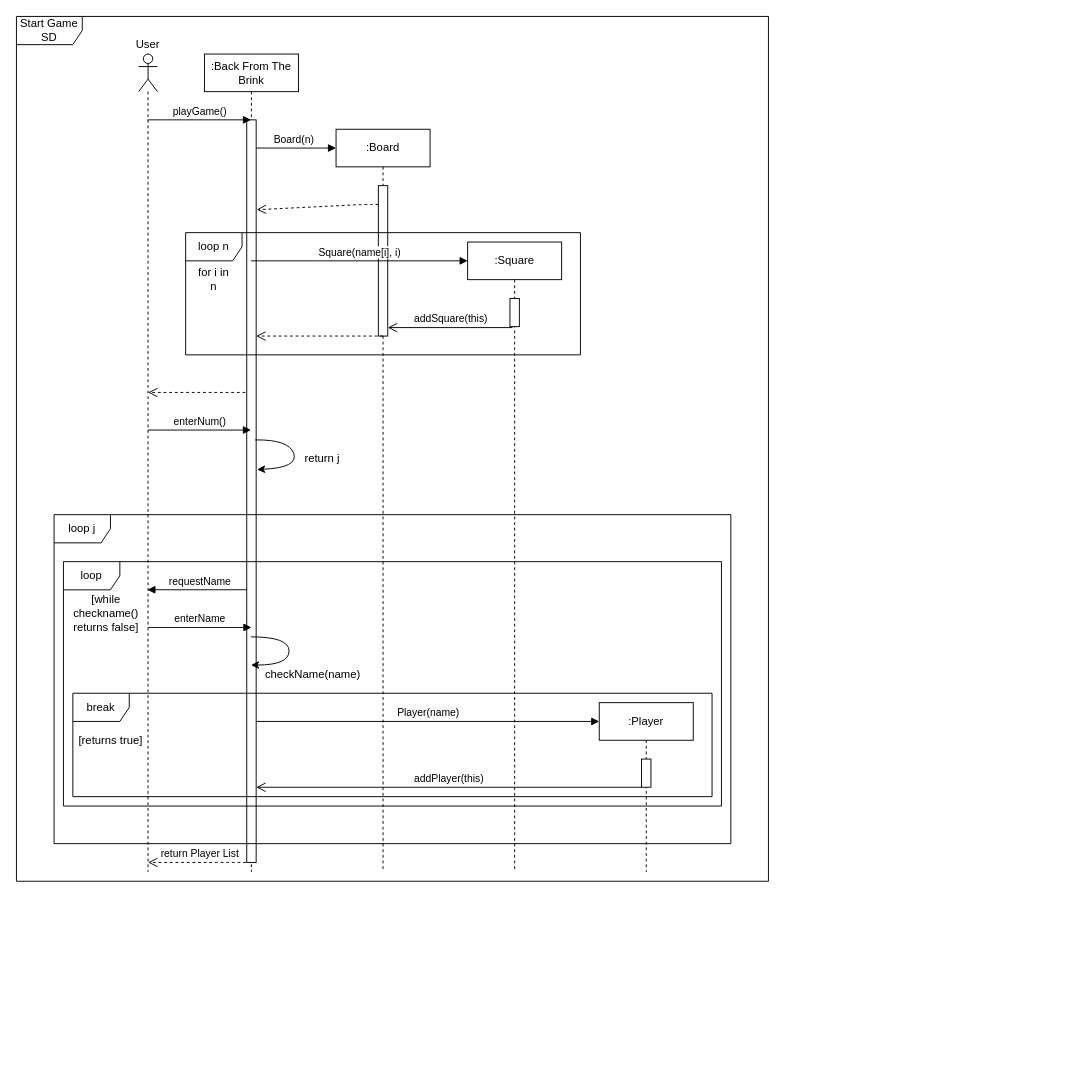
Earlier version of the draw.io diagram Start Game SD (draft).drawio (cmcgarry5/csc2058-2021-g25). Source tidied: cells renumbered, new cells numbered last; positions are measured from the earlier drawing's top-left corner, leaving out a move shared by most shapes. Both pictures are drawn from the tidied source at 94%, with x=0, y=0 at pixel (16, 16).
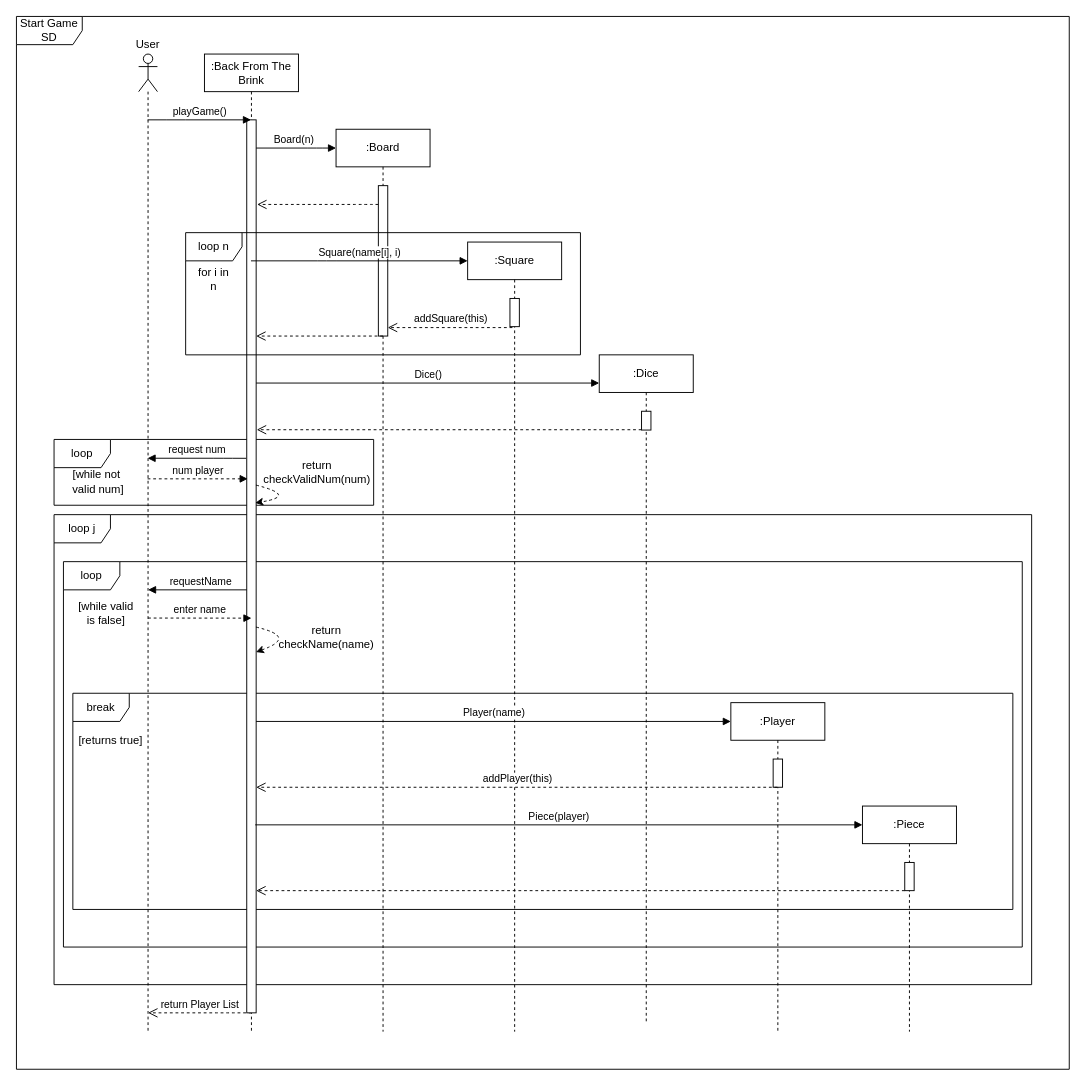
The same page after the edit.

Unchanged cells that the change refers to:
```xml
<mxCell id="12" style="html=1;points=[];perimeter=orthogonalPerimeter;" parent="11" vertex="1">
  <mxGeometry x="45" y="60" width="10" height="160" as="geometry" />
</mxCell>
<mxCell id="18" style="html=1;points=[];perimeter=orthogonalPerimeter;" parent="17" vertex="1">
  <mxGeometry x="45" y="60" width="10" height="30" as="geometry" />
</mxCell>
```

Diff of the diagram source:
```diff
@@
+    <mxCell id="37" value="loop" style="shape=umlFrame;whiteSpace=wrap;html=1;" parent="1" vertex="1">
+      <mxGeometry x="40" y="450" width="340" height="70" as="geometry" />
+    </mxCell>
+    <mxCell id="36" value="Start Game SD" style="shape=umlFrame;whiteSpace=wrap;html=1;width=70;height=30;" parent="1" vertex="1">
+      <mxGeometry width="1120" height="1120" as="geometry" />
+    </mxCell>
+    <mxCell id="34" value="loop" style="shape=umlFrame;whiteSpace=wrap;html=1;" parent="1" vertex="1">
+      <mxGeometry x="50" y="580" width="1020" height="410" as="geometry" />
+    </mxCell>
+    <mxCell id="35" value="loop j" style="shape=umlFrame;whiteSpace=wrap;html=1;" parent="1" vertex="1">
+      <mxGeometry x="40" y="530" width="1040" height="500" as="geometry" />
+    </mxCell>
+    <mxCell id="33" value="break" style="shape=umlFrame;whiteSpace=wrap;html=1;" parent="1" vertex="1">
+      <mxGeometry x="60" y="720" width="1000" height="230" as="geometry" />
+    </mxCell>
@@
-    <mxCell id="3" style="html=1;verticalAlign=bottom;endArrow=open;dashed=1;endSize=8;" parent="1" edge="1" source="8">
-      <mxGeometry relative="1" as="geometry">
-        <mxPoint x="140" y="400" as="targetPoint" />
-      </mxGeometry>
-    </mxCell>
     <mxCell id="4" value="return Player List" style="html=1;verticalAlign=bottom;endArrow=open;dashed=1;endSize=8;" parent="1" edge="1">
       <mxGeometry relative="1" as="geometry">
-        <mxPoint x="250.2" y="900" as="sourcePoint" />
-        <mxPoint x="140" y="900" as="targetPoint" />
+        <mxPoint x="250.2" y="1060" as="sourcePoint" />
+        <mxPoint x="140" y="1060" as="targetPoint" />
         <Array as="points">
-          <mxPoint x="220.7" y="900" />
+          <mxPoint x="220.7" y="1060" />
         </Array>
       </mxGeometry>
     </mxCell>
     <mxCell id="5" value="requestName" style="html=1;verticalAlign=bottom;endArrow=block;exitX=0.5;exitY=0.63;exitDx=0;exitDy=0;exitPerimeter=0;" parent="1" edge="1">
       <mxGeometry relative="1" as="geometry">
-        <mxPoint x="250" y="609.9" as="sourcePoint" />
-        <mxPoint x="139.3" y="609.9" as="targetPoint" />
+        <mxPoint x="250.7" y="610" as="sourcePoint" />
+        <mxPoint x="140" y="610" as="targetPoint" />
       </mxGeometry>
     </mxCell>
-    <mxCell id="6" style="html=1;verticalAlign=bottom;endArrow=open;dashed=1;endSize=8;entryX=1.06;entryY=0.121;entryDx=0;entryDy=0;entryPerimeter=0;" parent="1" edge="1" source="12" target="9">
+    <mxCell id="6" style="html=1;verticalAlign=bottom;endArrow=open;dashed=1;endSize=8;" parent="1" edge="1" source="12">
       <mxGeometry relative="1" as="geometry">
+        <mxPoint x="256" y="200" as="targetPoint" />
         <Array as="points">
           <mxPoint x="370" y="200" />
         </Array>
       </mxGeometry>
     </mxCell>
     <mxCell id="7" style="shape=umlLifeline;participant=umlActor;perimeter=lifelinePerimeter;whiteSpace=wrap;html=1;verticalAlign=top;spacingTop=36;outlineConnect=0;" parent="1" vertex="1">
-      <mxGeometry x="130" y="40" width="20" height="870" as="geometry" />
+      <mxGeometry x="130" y="40" width="20" height="1040" as="geometry" />
     </mxCell>
     <mxCell id="8" value=":Back From The Brink" style="shape=umlLifeline;perimeter=lifelinePerimeter;whiteSpace=wrap;html=1;outlineConnect=0;" parent="1" vertex="1">
-      <mxGeometry x="200" y="40" width="100" height="870" as="geometry" />
+      <mxGeometry x="200" y="40" width="100" height="1040" as="geometry" />
     </mxCell>
     <mxCell id="9" style="html=1;points=[];perimeter=orthogonalPerimeter;" parent="8" vertex="1">
-      <mxGeometry x="45" y="70" width="10" height="790" as="geometry" />
+      <mxGeometry x="45" y="70" width="10" height="950" as="geometry" />
     </mxCell>
-    <mxCell id="10" style="curved=1;endArrow=classic;html=1;exitX=0.9;exitY=0.431;exitDx=0;exitDy=0;exitPerimeter=0;" parent="8" edge="1" source="9">
-      <mxGeometry relative="1" as="geometry">
-        <mxPoint x="56" y="442" as="targetPoint" />
-        <Array as="points">
-          <mxPoint x="90" y="410" />
-          <mxPoint x="100" y="440" />
-        </Array>
-      </mxGeometry>
-    </mxCell>
+    <mxCell id="38" style="curved=1;endArrow=classic;html=1;dashed=1;exitX=0.98;exitY=0.409;exitDx=0;exitDy=0;exitPerimeter=0;entryX=0.9;entryY=0.429;entryDx=0;entryDy=0;entryPerimeter=0;" parent="8" edge="1" source="9" target="9">
+      <mxGeometry relative="1" as="geometry">
+        <Array as="points">
+          <mxPoint x="100" y="470" />
+        </Array>
+      </mxGeometry>
+    </mxCell>
+    <mxCell id="39" style="curved=1;endArrow=classic;html=1;dashed=1;exitX=0.98;exitY=0.568;exitDx=0;exitDy=0;exitPerimeter=0;entryX=0.98;entryY=0.596;entryDx=0;entryDy=0;entryPerimeter=0;" parent="8" edge="1" source="9" target="9">
+      <mxGeometry relative="1" as="geometry">
+        <Array as="points">
+          <mxPoint x="100" y="620" />
+        </Array>
+      </mxGeometry>
+    </mxCell>
     <mxCell id="11" value=":Board" style="shape=umlLifeline;perimeter=lifelinePerimeter;whiteSpace=wrap;html=1;" parent="1" vertex="1">
-      <mxGeometry x="340" y="120" width="100" height="790" as="geometry" />
+      <mxGeometry x="340" y="120" width="100" height="960" as="geometry" />
     </mxCell>
@@
     <mxCell id="17" value=":Square" style="shape=umlLifeline;perimeter=lifelinePerimeter;whiteSpace=wrap;html=1;" parent="1" vertex="1">
-      <mxGeometry x="480" y="240" width="100" height="670" as="geometry" />
+      <mxGeometry x="480" y="240" width="100" height="840" as="geometry" />
     </mxCell>
@@
-    <mxCell id="20" value="addSquare(this)" style="html=1;verticalAlign=bottom;endArrow=open;endSize=8;exitX=0.26;exitY=1.033;exitDx=0;exitDy=0;exitPerimeter=0;" parent="1" edge="1" source="18" target="12">
+    <mxCell id="20" value="addSquare(this)" style="html=1;verticalAlign=bottom;endArrow=open;endSize=8;exitX=0.26;exitY=1.033;exitDx=0;exitDy=0;exitPerimeter=0;dashed=1;" parent="1" edge="1" source="18" target="12">
       <mxGeometry relative="1" as="geometry" />
     </mxCell>
@@
-    <mxCell id="22" value="enterNum()" style="html=1;verticalAlign=bottom;endArrow=block;" parent="1" edge="1" target="8">
-      <mxGeometry relative="1" as="geometry">
-        <mxPoint x="140" y="440" as="sourcePoint" />
-      </mxGeometry>
+    <mxCell id="22" value="num player" style="html=1;verticalAlign=bottom;endArrow=block;entryX=0.1;entryY=0.402;entryDx=0;entryDy=0;entryPerimeter=0;dashed=1;" parent="1" edge="1" source="7" target="9">
+      <mxGeometry relative="1" as="geometry" />
     </mxCell>
-    <mxCell id="23" value="return j" style="text;html=1;align=center;verticalAlign=middle;" parent="1" vertex="1">
-      <mxGeometry x="300" y="460" width="50" height="20" as="geometry" />
-    </mxCell>
-    <mxCell id="24" value="enterName" style="html=1;verticalAlign=bottom;endArrow=block;entryX=0.5;entryY=0.685;entryDx=0;entryDy=0;entryPerimeter=0;" parent="1" edge="1">
+    <mxCell id="24" value="enter name" style="html=1;verticalAlign=bottom;endArrow=block;dashed=1;entryX=0.5;entryY=0.558;entryDx=0;entryDy=0;entryPerimeter=0;" parent="1" edge="1" target="9">
       <mxGeometry relative="1" as="geometry">
-        <mxPoint x="140" y="650" as="sourcePoint" />
-        <mxPoint x="250" y="650" as="targetPoint" />
+        <mxPoint x="140" y="640" as="sourcePoint" />
       </mxGeometry>
     </mxCell>
-    <mxCell id="25" style="curved=1;endArrow=classic;html=1;" parent="1" edge="1">
-      <mxGeometry relative="1" as="geometry">
-        <mxPoint x="249.5" y="660" as="sourcePoint" />
-        <mxPoint x="249.5" y="690" as="targetPoint" />
-        <Array as="points">
-          <mxPoint x="290" y="660" />
-          <mxPoint x="290" y="690" />
-        </Array>
-      </mxGeometry>
-    </mxCell>
-    <mxCell id="26" value="checkName(name)" style="text;html=1;align=center;verticalAlign=middle;" parent="1" vertex="1">
-      <mxGeometry x="255" y="690" width="120" height="20" as="geometry" />
-    </mxCell>
     <mxCell id="27" value="Player(name)" style="html=1;verticalAlign=bottom;endArrow=block;" parent="1" edge="1">
       <mxGeometry relative="1" as="geometry">
         <mxPoint x="255" y="750" as="sourcePoint" />
-        <mxPoint x="620" y="750" as="targetPoint" />
+        <mxPoint x="760" y="750" as="targetPoint" />
       </mxGeometry>
     </mxCell>
     <mxCell id="28" value=":Player" style="shape=umlLifeline;perimeter=lifelinePerimeter;whiteSpace=wrap;html=1;outlineConnect=0;" parent="1" vertex="1">
-      <mxGeometry x="620" y="730" width="100" height="180" as="geometry" />
+      <mxGeometry x="760" y="730" width="100" height="350" as="geometry" />
     </mxCell>
@@
-    <mxCell id="30" value="addPlayer(this)" style="html=1;verticalAlign=bottom;endArrow=open;endSize=8;" parent="1" edge="1">
+    <mxCell id="30" value="addPlayer(this)" style="html=1;verticalAlign=bottom;endArrow=open;endSize=8;dashed=1;" parent="1" edge="1" source="28">
       <mxGeometry relative="1" as="geometry">
-        <mxPoint x="665" y="820" as="sourcePoint" />
         <mxPoint x="255" y="820" as="targetPoint" />
       </mxGeometry>
     </mxCell>
-    <mxCell id="31" value="[while&lt;br&gt;&amp;nbsp;checkname()&amp;nbsp;&lt;br&gt;returns false]" style="text;html=1;align=center;verticalAlign=middle;" parent="1" vertex="1">
-      <mxGeometry x="50" y="610" width="90" height="50" as="geometry" />
+    <mxCell id="31" value="[while valid &lt;br&gt;is false]" style="text;html=1;align=center;verticalAlign=middle;" parent="1" vertex="1">
+      <mxGeometry x="60" y="620" width="70" height="30" as="geometry" />
     </mxCell>
@@
-    <mxCell id="33" value="break" style="shape=umlFrame;whiteSpace=wrap;html=1;" parent="1" vertex="1">
-      <mxGeometry x="60" y="720" width="680" height="110" as="geometry" />
-    </mxCell>
-    <mxCell id="34" value="loop" style="shape=umlFrame;whiteSpace=wrap;html=1;" parent="1" vertex="1">
-      <mxGeometry x="50" y="580" width="700" height="260" as="geometry" />
-    </mxCell>
-    <mxCell id="35" value="loop j" style="shape=umlFrame;whiteSpace=wrap;html=1;" parent="1" vertex="1">
-      <mxGeometry x="40" y="530" width="720" height="350" as="geometry" />
-    </mxCell>
-    <mxCell id="36" value="Start Game SD" style="shape=umlFrame;whiteSpace=wrap;html=1;width=70;height=30;" parent="1" vertex="1">
-      <mxGeometry width="800" height="920" as="geometry" />
-    </mxCell>
+    <mxCell id="40" value=":Dice" style="shape=umlLifeline;perimeter=lifelinePerimeter;whiteSpace=wrap;html=1;" parent="1" vertex="1">
+      <mxGeometry x="620" y="360" width="100" height="710" as="geometry" />
+    </mxCell>
+    <mxCell id="41" style="html=1;points=[];perimeter=orthogonalPerimeter;" parent="40" vertex="1">
+      <mxGeometry x="45" y="60" width="10" height="20" as="geometry" />
+    </mxCell>
+    <mxCell id="42" value="Dice()" style="html=1;verticalAlign=bottom;endArrow=block;" parent="1" edge="1" source="9">
+      <mxGeometry relative="1" as="geometry">
+        <mxPoint x="620" y="390" as="targetPoint" />
+      </mxGeometry>
+    </mxCell>
+    <mxCell id="43" style="html=1;verticalAlign=bottom;endArrow=open;dashed=1;endSize=8;entryX=1.06;entryY=0.347;entryDx=0;entryDy=0;entryPerimeter=0;" parent="1" edge="1" source="41" target="9">
+      <mxGeometry relative="1" as="geometry" />
+    </mxCell>
+    <mxCell id="44" value=":Piece" style="shape=umlLifeline;perimeter=lifelinePerimeter;whiteSpace=wrap;html=1;" parent="1" vertex="1">
+      <mxGeometry x="900" y="840" width="100" height="240" as="geometry" />
+    </mxCell>
+    <mxCell id="45" style="html=1;points=[];perimeter=orthogonalPerimeter;" parent="44" vertex="1">
+      <mxGeometry x="45" y="60" width="10" height="30" as="geometry" />
+    </mxCell>
+    <mxCell id="46" value="Piece(player)" style="html=1;verticalAlign=bottom;endArrow=block;" parent="1" edge="1">
+      <mxGeometry relative="1" as="geometry">
+        <mxPoint x="254" y="860" as="sourcePoint" />
+        <mxPoint x="900" y="860" as="targetPoint" />
+      </mxGeometry>
+    </mxCell>
+    <mxCell id="47" style="html=1;verticalAlign=bottom;endArrow=open;endSize=8;dashed=1;" parent="1" edge="1" source="45">
+      <mxGeometry relative="1" as="geometry">
+        <mxPoint x="255" y="930" as="targetPoint" />
+      </mxGeometry>
+    </mxCell>
+    <mxCell id="48" value="request num" style="html=1;verticalAlign=bottom;endArrow=block;exitX=-0.06;exitY=0.379;exitDx=0;exitDy=0;exitPerimeter=0;" parent="1" edge="1" source="9" target="7">
+      <mxGeometry relative="1" as="geometry">
+        <Array as="points">
+          <mxPoint x="220" y="470" />
+        </Array>
+      </mxGeometry>
+    </mxCell>
+    <mxCell id="49" value="[while not&lt;br&gt;&amp;nbsp;valid num]" style="text;html=1;align=center;verticalAlign=middle;" parent="1" vertex="1">
+      <mxGeometry x="50" y="480" width="70" height="30" as="geometry" />
+    </mxCell>
+    <mxCell id="50" value="return checkValidNum(num)" style="text;html=1;strokeColor=none;fillColor=none;align=center;verticalAlign=middle;whiteSpace=wrap;rounded=0;" parent="1" vertex="1">
+      <mxGeometry x="300" y="475" width="40" height="20" as="geometry" />
+    </mxCell>
+    <mxCell id="51" value="return&lt;br&gt;checkName(name)" style="text;html=1;strokeColor=none;fillColor=none;align=center;verticalAlign=middle;whiteSpace=wrap;rounded=0;" parent="1" vertex="1">
+      <mxGeometry x="310" y="650" width="40" height="20" as="geometry" />
+    </mxCell>
```
